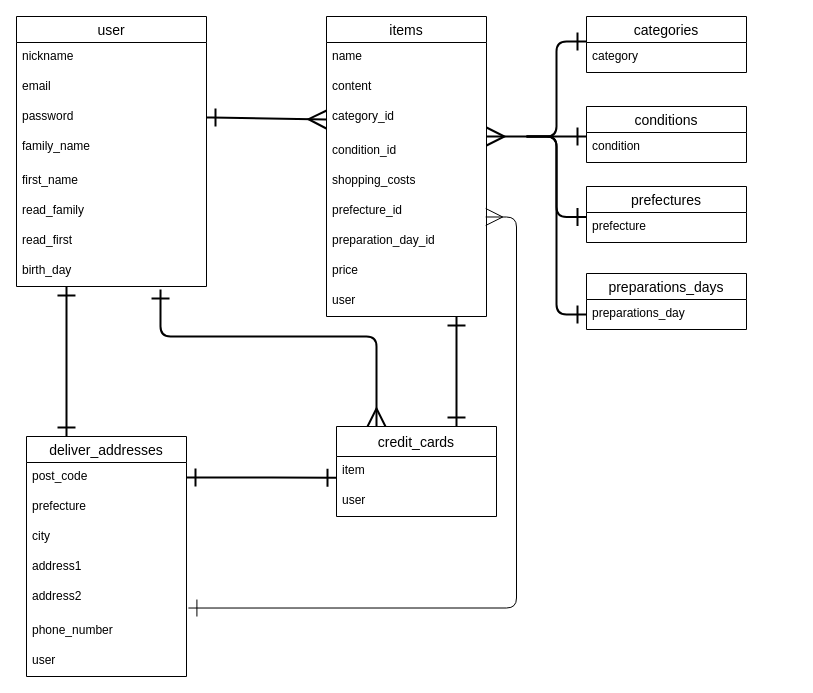
Before: db/ER図.dio in stmaho/furima-38842, a draw.io diagram. Source tidied: cells renumbered, new cells numbered last; positions are measured from the earlier drawing's top-left corner, leaving out a move shared by most shapes. Both pictures are drawn from the tidied source at 100%, with x=0, y=0 at pixel (16, 16).
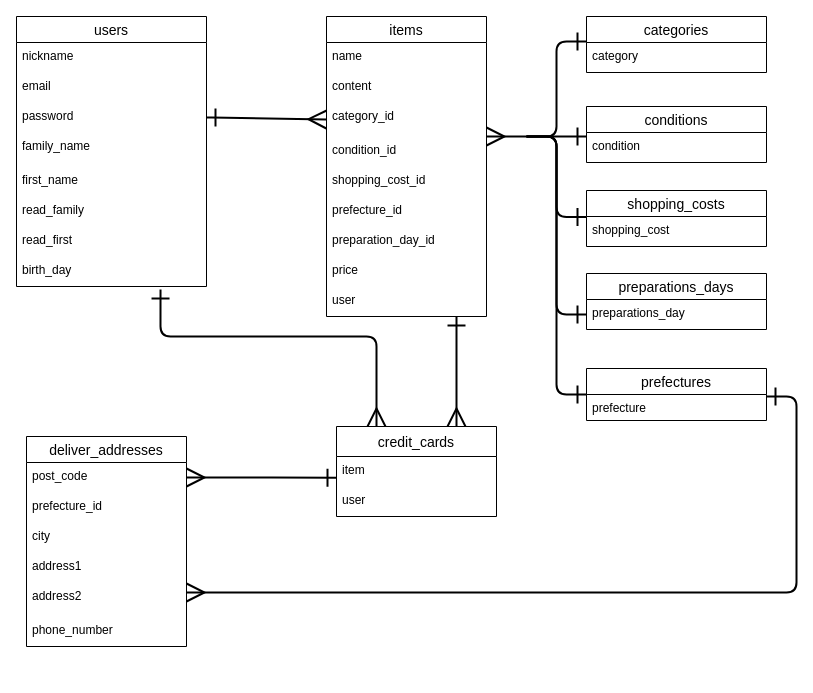
The same page after the edit.

Commit message (it also covers changes not shown here):
データベース設計_3

Unchanged cells that the change refers to:
```xml
<mxCell id="10" value="birth_day" style="text;strokeColor=none;fillColor=none;spacingLeft=4;spacingRight=4;overflow=hidden;points=[[0,0.5],[1,0.5]];portConstraint=eastwest;fontSize=12;" parent="2" vertex="1">
  <mxGeometry y="240" width="190" height="30" as="geometry" />
</mxCell>
<mxCell id="11" value="items" style="swimlane;fontStyle=0;horizontal=1;startSize=26;align=center;fontSize=14;" parent="1" vertex="1">
  <mxGeometry x="310" width="160" height="300" as="geometry" />
</mxCell>
<mxCell id="17" value="prefecture_id" style="text;strokeColor=none;fillColor=none;spacingLeft=4;spacingRight=4;overflow=hidden;points=[[0,0.5],[1,0.5]];portConstraint=eastwest;fontSize=12;" parent="11" vertex="1">
  <mxGeometry y="180" width="160" height="30" as="geometry" />
</mxCell>
<mxCell id="24" value="post_code" style="text;strokeColor=none;fillColor=none;spacingLeft=4;spacingRight=4;overflow=hidden;points=[[0,0.5],[1,0.5]];portConstraint=eastwest;fontSize=12;" parent="23" vertex="1">
  <mxGeometry y="26" width="160" height="30" as="geometry" />
</mxCell>
<mxCell id="28" value="address2" style="text;strokeColor=none;fillColor=none;spacingLeft=4;spacingRight=4;overflow=hidden;points=[[0,0.5],[1,0.5]];portConstraint=eastwest;fontSize=12;" parent="23" vertex="1">
  <mxGeometry y="146" width="160" height="34" as="geometry" />
</mxCell>
<mxCell id="32" value="item" style="text;strokeColor=none;fillColor=none;spacingLeft=4;spacingRight=4;overflow=hidden;points=[[0,0.5],[1,0.5]];portConstraint=eastwest;fontSize=12;" parent="31" vertex="1">
  <mxGeometry y="30" width="160" height="30" as="geometry" />
</mxCell>
```

The edit, as a diff of the source:
```diff
@@
-    <mxCell id="2" value="user" style="swimlane;fontStyle=0;horizontal=1;startSize=26;align=center;fontSize=14;" parent="1" vertex="1">
+    <mxCell id="2" value="users" style="swimlane;fontStyle=0;horizontal=1;startSize=26;align=center;fontSize=14;" parent="1" vertex="1">
       <mxGeometry width="190" height="270" as="geometry" />
     </mxCell>
@@
-    <mxCell id="16" value="shopping_costs" style="text;strokeColor=none;fillColor=none;spacingLeft=4;spacingRight=4;overflow=hidden;fontSize=12;" parent="11" vertex="1">
+    <mxCell id="16" value="shopping_cost_id" style="text;strokeColor=none;fillColor=none;spacingLeft=4;spacingRight=4;overflow=hidden;fontSize=12;" parent="11" vertex="1">
       <mxGeometry y="150" width="160" height="30" as="geometry" />
     </mxCell>
@@
-    <mxCell id="22" style="edgeStyle=orthogonalEdgeStyle;html=1;exitX=0.25;exitY=0;exitDx=0;exitDy=0;entryX=0.263;entryY=1;entryDx=0;entryDy=0;entryPerimeter=0;strokeWidth=2;startArrow=ERone;startFill=0;endArrow=ERone;endFill=0;startSize=15;endSize=15;" parent="1" edge="1" source="23" target="10">
-      <mxGeometry relative="1" as="geometry" />
-    </mxCell>
     <mxCell id="23" value="deliver_addresses" style="swimlane;fontStyle=0;horizontal=1;startSize=26;align=center;fontSize=14;" parent="1" vertex="1">
-      <mxGeometry x="10" y="420" width="160" height="240" as="geometry" />
+      <mxGeometry x="10" y="420" width="160" height="210" as="geometry" />
     </mxCell>
@@
-    <mxCell id="25" value="prefecture" style="text;strokeColor=none;fillColor=none;spacingLeft=4;spacingRight=4;overflow=hidden;fontSize=12;" parent="23" vertex="1">
+    <mxCell id="25" value="prefecture_id" style="text;strokeColor=none;fillColor=none;spacingLeft=4;spacingRight=4;overflow=hidden;fontSize=12;" parent="23" vertex="1">
       <mxGeometry y="56" width="160" height="30" as="geometry" />
     </mxCell>
@@
-    <mxCell id="30" value="user" style="text;strokeColor=none;fillColor=none;spacingLeft=4;spacingRight=4;overflow=hidden;fontSize=12;" parent="23" vertex="1">
-      <mxGeometry y="210" width="160" height="30" as="geometry" />
-    </mxCell>
@@
     <mxCell id="35" value="categories" style="swimlane;fontStyle=0;horizontal=1;startSize=26;align=center;fontSize=14;" parent="1" vertex="1">
-      <mxGeometry x="570" width="160" height="56" as="geometry" />
+      <mxGeometry x="570" width="180" height="56" as="geometry" />
     </mxCell>
     <mxCell id="36" value="category" style="text;strokeColor=none;fillColor=none;spacingLeft=4;spacingRight=4;overflow=hidden;fontSize=12;" parent="35" vertex="1">
-      <mxGeometry y="26" width="160" height="30" as="geometry" />
+      <mxGeometry y="26" width="180" height="30" as="geometry" />
     </mxCell>
-    <mxCell id="37" style="edgeStyle=orthogonalEdgeStyle;fontSize=12;html=1;endArrow=ERmany;startArrow=ERone;startSize=15;endSize=15;exitX=1.012;exitY=0.751;exitDx=0;exitDy=0;exitPerimeter=0;entryX=0.995;entryY=0.683;entryDx=0;entryDy=0;entryPerimeter=0;endFill=0;startFill=0;" parent="1" edge="1" source="28" target="17">
-      <mxGeometry relative="1" as="geometry">
-        <Array as="points">
-          <mxPoint x="500" y="592" />
-          <mxPoint x="500" y="200" />
-        </Array>
-      </mxGeometry>
-    </mxCell>
-    <mxCell id="38" style="edgeStyle=none;sketch=0;html=1;strokeWidth=2;endArrow=ERone;endFill=0;endSize=15;startArrow=ERone;startFill=0;startSize=15;" parent="1" edge="1">
+    <mxCell id="38" style="edgeStyle=none;sketch=0;html=1;strokeWidth=2;endArrow=ERone;endFill=0;endSize=15;startArrow=ERmany;startFill=0;startSize=15;" parent="1" edge="1">
       <mxGeometry relative="1" as="geometry">
         <mxPoint x="440" y="410" as="sourcePoint" />
         <mxPoint x="440" y="300" as="targetPoint" />
         <Array as="points">
           <mxPoint x="440" y="350" />
           <mxPoint x="440" y="330" />
         </Array>
       </mxGeometry>
     </mxCell>
     <mxCell id="39" value="conditions" style="swimlane;fontStyle=0;horizontal=1;startSize=26;align=center;fontSize=14;" parent="1" vertex="1">
-      <mxGeometry x="570" y="90" width="160" height="56" as="geometry" />
+      <mxGeometry x="570" y="90" width="180" height="56" as="geometry" />
     </mxCell>
     <mxCell id="40" value="condition" style="text;strokeColor=none;fillColor=none;spacingLeft=4;spacingRight=4;overflow=hidden;fontSize=12;" parent="39" vertex="1">
-      <mxGeometry y="26" width="160" height="30" as="geometry" />
+      <mxGeometry y="26" width="180" height="30" as="geometry" />
     </mxCell>
     <mxCell id="41" value="prefectures" style="swimlane;fontStyle=0;horizontal=1;startSize=26;align=center;fontSize=14;" parent="1" vertex="1">
-      <mxGeometry x="570" y="170" width="160" height="56" as="geometry" />
+      <mxGeometry x="570" y="352" width="180" height="52" as="geometry" />
     </mxCell>
     <mxCell id="42" value="prefecture" style="text;strokeColor=none;fillColor=none;spacingLeft=4;spacingRight=4;overflow=hidden;fontSize=12;" parent="41" vertex="1">
-      <mxGeometry y="26" width="160" height="30" as="geometry" />
+      <mxGeometry y="26" width="180" height="26" as="geometry" />
     </mxCell>
     <mxCell id="43" value="preparations_days" style="swimlane;fontStyle=0;horizontal=1;startSize=26;align=center;fontSize=14;" parent="1" vertex="1">
-      <mxGeometry x="570" y="257" width="160" height="56" as="geometry" />
+      <mxGeometry x="570" y="257" width="180" height="56" as="geometry" />
     </mxCell>
     <mxCell id="44" value="preparations_day" style="text;strokeColor=none;fillColor=none;spacingLeft=4;spacingRight=4;overflow=hidden;points=[[0,0.5],[1,0.5]];portConstraint=eastwest;fontSize=12;" parent="43" vertex="1">
-      <mxGeometry y="26" width="160" height="30" as="geometry" />
+      <mxGeometry y="26" width="180" height="30" as="geometry" />
     </mxCell>
@@
-    <mxCell id="49" style="edgeStyle=orthogonalEdgeStyle;html=1;exitX=1;exitY=0.5;exitDx=0;exitDy=0;entryX=0;entryY=0.706;entryDx=0;entryDy=0;entryPerimeter=0;strokeWidth=2;startArrow=ERone;startFill=0;endArrow=ERone;endFill=0;startSize=15;endSize=15;" parent="1" edge="1" source="24" target="32">
+    <mxCell id="49" style="edgeStyle=orthogonalEdgeStyle;html=1;exitX=1;exitY=0.5;exitDx=0;exitDy=0;entryX=0;entryY=0.706;entryDx=0;entryDy=0;entryPerimeter=0;strokeWidth=2;startArrow=ERmany;startFill=0;endArrow=ERone;endFill=0;startSize=15;endSize=15;" parent="1" edge="1" source="24" target="32">
       <mxGeometry relative="1" as="geometry" />
     </mxCell>
+    <mxCell id="50" value="shopping_costs" style="swimlane;fontStyle=0;horizontal=1;startSize=26;align=center;fontSize=14;" parent="1" vertex="1">
+      <mxGeometry x="570" y="174" width="180" height="56" as="geometry" />
+    </mxCell>
+    <mxCell id="51" value="shopping_cost" style="text;strokeColor=none;fillColor=none;spacingLeft=4;spacingRight=4;overflow=hidden;fontSize=12;" parent="50" vertex="1">
+      <mxGeometry y="26" width="180" height="30" as="geometry" />
+    </mxCell>
+    <mxCell id="52" style="edgeStyle=entityRelationEdgeStyle;fontSize=12;html=1;endArrow=ERone;endFill=1;startSize=15;endSize=15;entryX=0;entryY=0.5;entryDx=0;entryDy=0;strokeWidth=2;" parent="1" edge="1">
+      <mxGeometry relative="1" as="geometry">
+        <mxPoint x="510" y="120" as="sourcePoint" />
+        <mxPoint x="570" y="378" as="targetPoint" />
+      </mxGeometry>
+    </mxCell>
+    <mxCell id="53" style="edgeStyle=entityRelationEdgeStyle;fontSize=12;html=1;endArrow=ERmany;entryX=1;entryY=0.294;entryDx=0;entryDy=0;entryPerimeter=0;startArrow=ERone;startFill=0;strokeWidth=2;endSize=15;startSize=15;" parent="1" edge="1" target="28">
+      <mxGeometry relative="1" as="geometry">
+        <mxPoint x="750" y="380" as="sourcePoint" />
+      </mxGeometry>
+    </mxCell>
```
